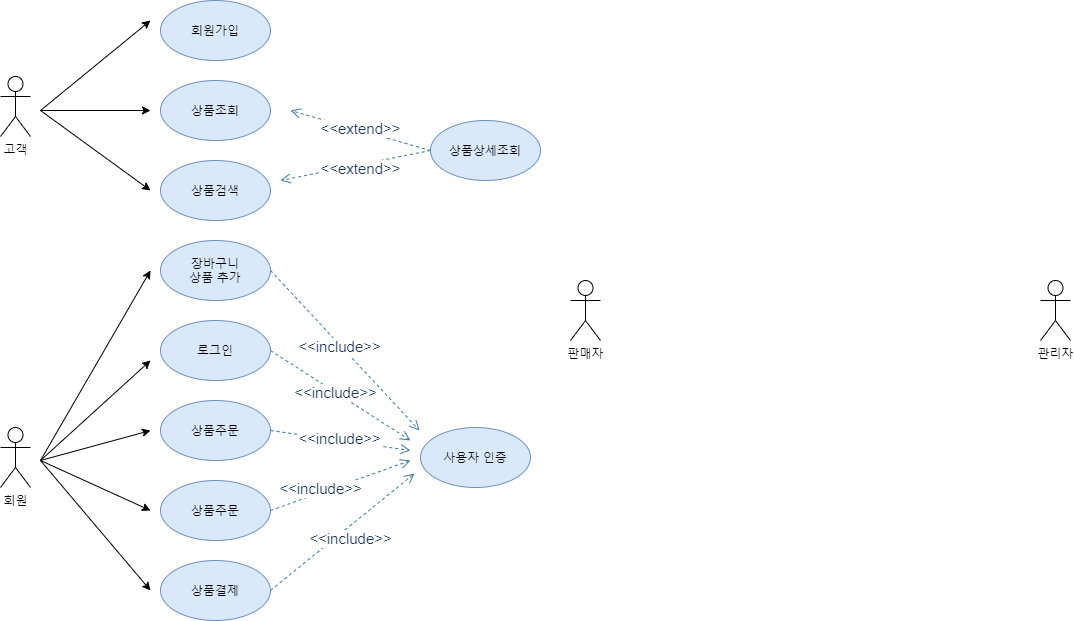
This is Actor Diagram.png from osiris0607/Project, a draw.io export, as it was before one commit. Source tidied: cells renumbered, new cells last; positions are measured from the earlier drawing's top-left corner, leaving out a move shared by most shapes.
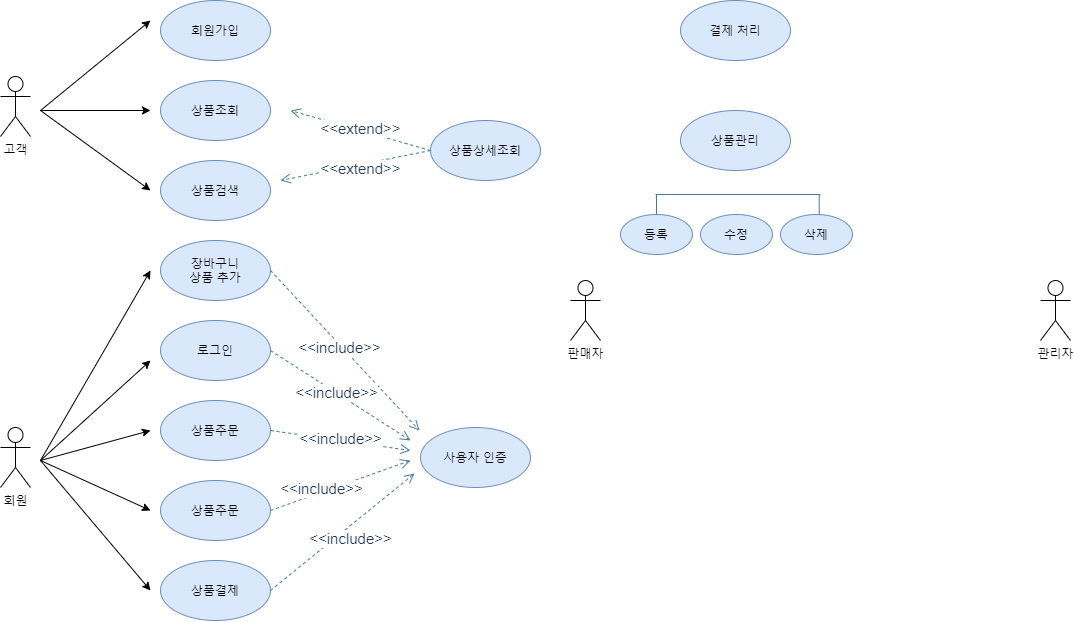
After the commit.

What changed in the source:
```diff
@@ -129,5 +129,37 @@
     <mxCell id="30" value="판매자" style="shape=umlActor;verticalLabelPosition=bottom;verticalAlign=top;html=1;" parent="1" vertex="1">
       <mxGeometry x="570" y="280" width="30" height="60" as="geometry" />
     </mxCell>
+    <mxCell id="31" value="결제 처리" style="ellipse;whiteSpace=wrap;html=1;fillColor=#dae8fc;strokeColor=#6c8ebf;" parent="1" vertex="1">
+      <mxGeometry x="680" width="110" height="60" as="geometry" />
+    </mxCell>
+    <mxCell id="32" value="상품관리" style="ellipse;whiteSpace=wrap;html=1;fillColor=#dae8fc;strokeColor=#6c8ebf;" parent="1" vertex="1">
+      <mxGeometry x="680" y="110" width="110" height="60" as="geometry" />
+    </mxCell>
+    <mxCell id="33" value="등록" style="ellipse;whiteSpace=wrap;html=1;fillColor=#dae8fc;strokeColor=#6c8ebf;" parent="1" vertex="1">
+      <mxGeometry x="620" y="214" width="72" height="40" as="geometry" />
+    </mxCell>
+    <mxCell id="34" value="수정" style="ellipse;whiteSpace=wrap;html=1;fillColor=#dae8fc;strokeColor=#6c8ebf;" parent="1" vertex="1">
+      <mxGeometry x="700" y="214" width="72" height="40" as="geometry" />
+    </mxCell>
+    <mxCell id="35" value="삭제" style="ellipse;whiteSpace=wrap;html=1;fillColor=#dae8fc;strokeColor=#6c8ebf;" parent="1" vertex="1">
+      <mxGeometry x="780" y="214" width="72" height="40" as="geometry" />
+    </mxCell>
+    <mxCell id="36" style="endArrow=none;html=1;strokeColor=#457B9D;fillColor=#A8DADC;fontColor=#1D3557;" parent="1" edge="1">
+      <mxGeometry relative="1" as="geometry">
+        <mxPoint x="655" y="194" as="sourcePoint" />
+        <mxPoint x="820" y="194" as="targetPoint" />
+      </mxGeometry>
+    </mxCell>
+    <mxCell id="37" style="endArrow=none;html=1;strokeColor=#457B9D;fillColor=#A8DADC;fontColor=#1D3557;exitX=0.5;exitY=0;exitDx=0;exitDy=0;" parent="1" edge="1" source="33">
+      <mxGeometry relative="1" as="geometry">
+        <mxPoint x="656" y="194" as="targetPoint" />
+      </mxGeometry>
+    </mxCell>
+    <mxCell id="38" style="endArrow=none;html=1;strokeColor=#457B9D;fillColor=#A8DADC;fontColor=#1D3557;exitX=0.5;exitY=0;exitDx=0;exitDy=0;" parent="1" edge="1">
+      <mxGeometry relative="1" as="geometry">
+        <mxPoint x="818.7" y="214" as="sourcePoint" />
+        <mxPoint x="818.7" y="194" as="targetPoint" />
+      </mxGeometry>
+    </mxCell>
   </root>
 </mxGraphModel>
```
